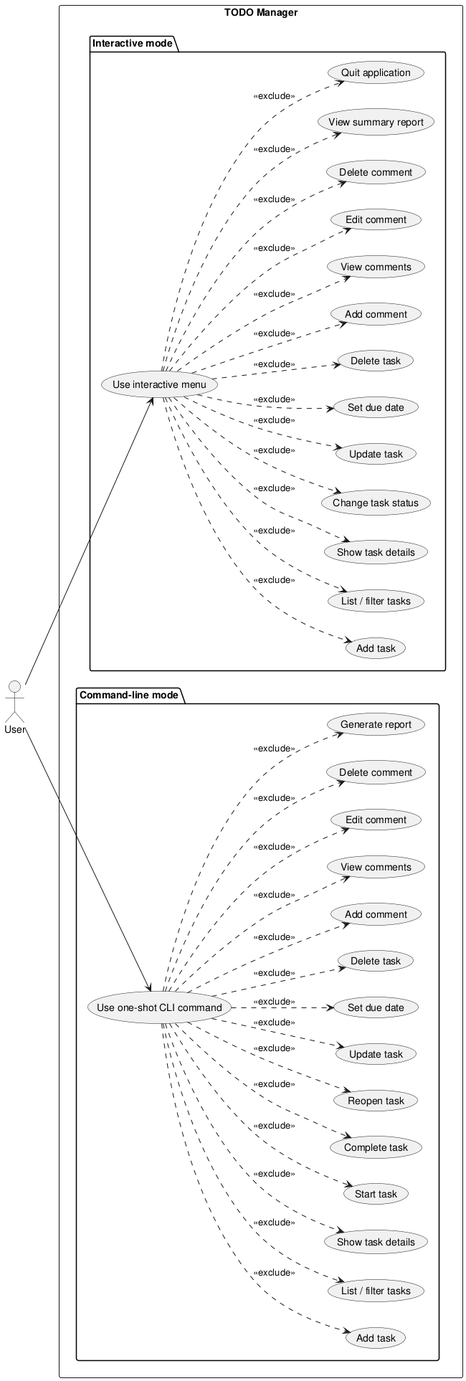
DanielRiha8906/Software_autoevolution_using_agents keeps this PlantUML diagram as experiments/pipeline/user_stories/TODO/artifacts/use_case_diagram.png. Above is the earlier version.
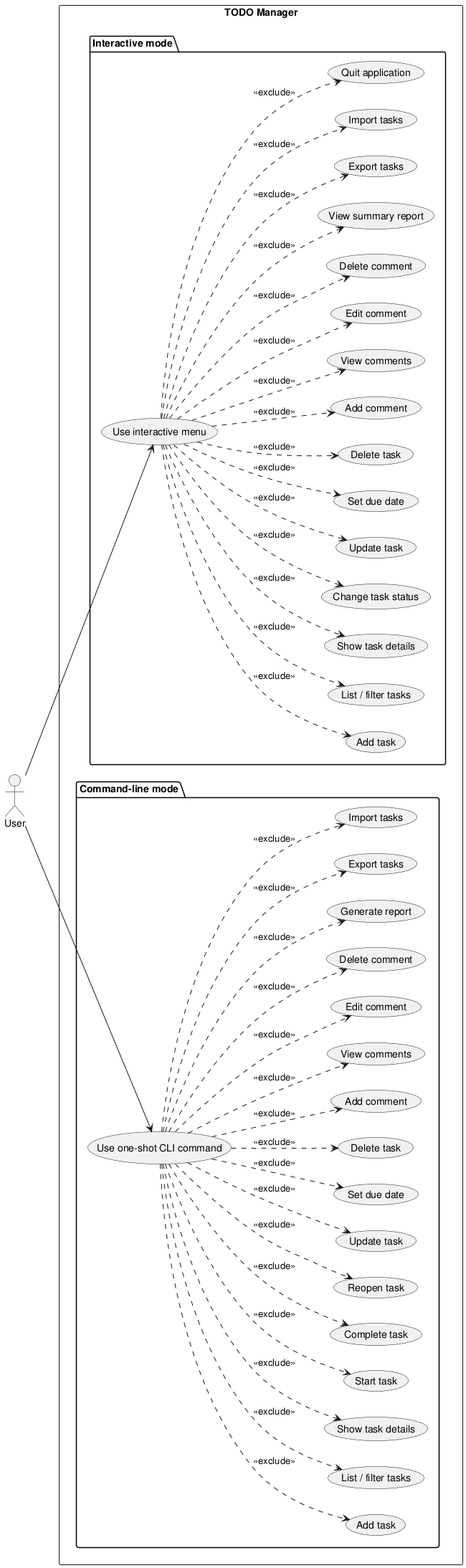
Later version of the same file.

The edit, as a diff of the source:
```diff
@@ -20,6 +20,8 @@
     usecase "Edit comment" as I_COMMENT_EDIT
     usecase "Delete comment" as I_COMMENT_DELETE
     usecase "View summary report" as I_REPORT
+    usecase "Export tasks" as I_EXPORT
+    usecase "Import tasks" as I_IMPORT
     usecase "Quit application" as I_QUIT
   }
 
@@ -39,6 +41,8 @@
     usecase "Edit comment" as C_COMMENT_EDIT
     usecase "Delete comment" as C_COMMENT_DELETE
     usecase "Generate report" as C_REPORT
+    usecase "Export tasks" as C_EXPORT
+    usecase "Import tasks" as C_IMPORT
   }
 }
 
@@ -57,6 +61,8 @@
 UI ..> I_COMMENT_EDIT : <<exclude>>
 UI ..> I_COMMENT_DELETE : <<exclude>>
 UI ..> I_REPORT   : <<exclude>>
+UI ..> I_EXPORT   : <<exclude>>
+UI ..> I_IMPORT   : <<exclude>>
 UI ..> I_QUIT     : <<exclude>>
 
 CLI ..> C_ADD     : <<exclude>>
@@ -73,5 +79,7 @@
 CLI ..> C_COMMENT_EDIT : <<exclude>>
 CLI ..> C_COMMENT_DELETE : <<exclude>>
 CLI ..> C_REPORT  : <<exclude>>
+CLI ..> C_EXPORT  : <<exclude>>
+CLI ..> C_IMPORT  : <<exclude>>
 
 @enduml
```
